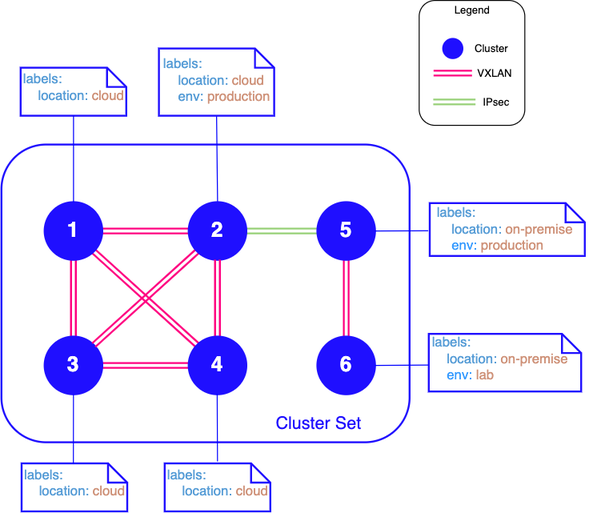
Earlier version of the draw.io export submariner/images/multiple_cables_ep.png (submariner-io/enhancements). Source tidied: cells renumbered, new cells last; positions are measured from the earlier drawing's top-left corner, leaving out a move shared by most shapes.
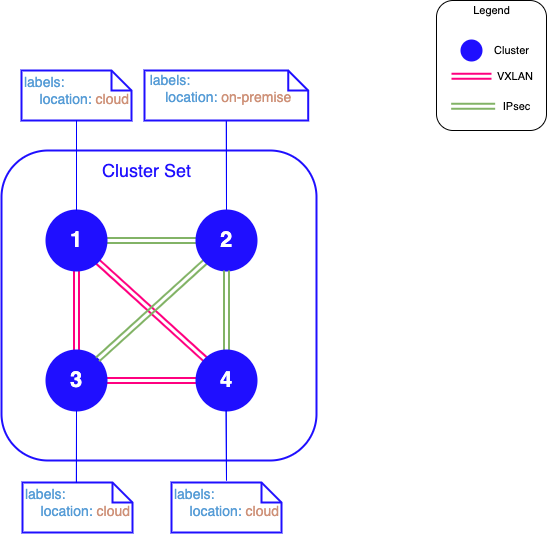
Above is the later version.

Commit message:
update EP with discussed proposal changes to date

The edit, as a diff of the source:
```diff
@@ -6,7 +6,7 @@
       <mxGeometry x="435" width="110" height="130" as="geometry" />
     </mxCell>
     <mxCell id="3" style="rounded=1;whiteSpace=wrap;html=1;fontColor=#1F0FFF;strokeColor=#1F0FFF;strokeWidth=2;fillColor=#FFFFFF;" parent="1" vertex="1">
-      <mxGeometry y="150" width="425" height="310" as="geometry" />
+      <mxGeometry y="150" width="315" height="310" as="geometry" />
     </mxCell>
     <mxCell id="4" style="edgeStyle=none;shape=link;rounded=0;jettySize=auto;html=1;exitX=0.5;exitY=1;exitDx=0;exitDy=0;entryX=0.5;entryY=0;entryDx=0;entryDy=0;fontColor=#1F0FFF;strokeColor=#FF0080;strokeWidth=2;" parent="1" edge="1" target="7">
       <mxGeometry relative="1" as="geometry">
@@ -24,45 +24,33 @@
     <mxCell id="7" value="3" style="ellipse;whiteSpace=wrap;html=1;fontColor=#FFFFFF;strokeColor=#1F0FFF;strokeWidth=2;fillColor=#1F0FFF;fontStyle=1;fontSize=22;" parent="1" vertex="1">
       <mxGeometry x="45" y="350" width="60" height="60" as="geometry" />
     </mxCell>
-    <mxCell id="8" style="edgeStyle=none;shape=link;rounded=0;jettySize=auto;html=1;exitX=0;exitY=0.5;exitDx=0;exitDy=0;fontColor=#1F0FFF;strokeColor=#FF0080;strokeWidth=2;" parent="1" edge="1" source="12">
+    <mxCell id="8" style="edgeStyle=none;shape=link;rounded=0;jettySize=auto;html=1;exitX=0;exitY=0.5;exitDx=0;exitDy=0;fontColor=#1F0FFF;strokeColor=#82b366;strokeWidth=2;fillColor=#d5e8d4;" parent="1" edge="1" source="12">
       <mxGeometry relative="1" as="geometry">
         <mxPoint x="105" y="240" as="targetPoint" />
       </mxGeometry>
     </mxCell>
-    <mxCell id="9" style="edgeStyle=none;shape=link;rounded=0;jettySize=auto;html=1;exitX=0;exitY=1;exitDx=0;exitDy=0;entryX=1;entryY=0;entryDx=0;entryDy=0;fontColor=#1F0FFF;strokeColor=#FF0080;strokeWidth=2;" parent="1" edge="1" source="12" target="7">
+    <mxCell id="9" style="edgeStyle=none;shape=link;rounded=0;jettySize=auto;html=1;exitX=0;exitY=1;exitDx=0;exitDy=0;entryX=1;entryY=0;entryDx=0;entryDy=0;fontColor=#1F0FFF;strokeColor=#82b366;strokeWidth=2;fillColor=#d5e8d4;" parent="1" edge="1" source="12" target="7">
       <mxGeometry relative="1" as="geometry" />
     </mxCell>
-    <mxCell id="10" style="edgeStyle=none;shape=link;rounded=0;jettySize=auto;html=1;exitX=1;exitY=0.5;exitDx=0;exitDy=0;fontFamily=Helvetica;fontSize=22;fontColor=#FFFFFF;strokeColor=#97D077;strokeWidth=2;" parent="1" edge="1" source="12" target="16">
-      <mxGeometry relative="1" as="geometry" />
-    </mxCell>
     <mxCell id="11" style="edgeStyle=none;shape=link;rounded=0;jettySize=auto;html=1;exitX=0.5;exitY=0;exitDx=0;exitDy=0;entryX=0.5;entryY=1;entryDx=0;entryDy=0;entryPerimeter=0;fontFamily=Helvetica;fontSize=22;fontColor=#3399FF;strokeColor=#0000FF;strokeWidth=1;width=0;" parent="1" edge="1" source="12" target="25">
       <mxGeometry relative="1" as="geometry" />
     </mxCell>
     <mxCell id="12" value="2" style="ellipse;whiteSpace=wrap;html=1;fontColor=#FFFFFF;strokeColor=#1F0FFF;strokeWidth=2;fillColor=#1F0FFF;fontSize=22;horizontal=1;verticalAlign=middle;fontStyle=1;" parent="1" vertex="1">
       <mxGeometry x="195" y="210" width="60" height="60" as="geometry" />
     </mxCell>
-    <mxCell id="13" style="edgeStyle=none;shape=link;rounded=0;jettySize=auto;html=1;exitX=0.5;exitY=0;exitDx=0;exitDy=0;entryX=0.5;entryY=1;entryDx=0;entryDy=0;fontColor=#1F0FFF;strokeColor=#FF0080;strokeWidth=2;" parent="1" edge="1" source="14" target="12">
+    <mxCell id="13" style="edgeStyle=none;shape=link;rounded=0;jettySize=auto;html=1;exitX=0.5;exitY=0;exitDx=0;exitDy=0;entryX=0.5;entryY=1;entryDx=0;entryDy=0;fontColor=#1F0FFF;strokeColor=#82b366;strokeWidth=2;fillColor=#d5e8d4;" parent="1" edge="1" source="14" target="12">
       <mxGeometry relative="1" as="geometry" />
     </mxCell>
     <mxCell id="14" value="4" style="ellipse;whiteSpace=wrap;html=1;fontColor=#FFFFFF;strokeColor=#1F0FFF;strokeWidth=2;fillColor=#1F0FFF;fontStyle=1;fontSize=22;" parent="1" vertex="1">
       <mxGeometry x="195" y="350" width="60" height="60" as="geometry" />
     </mxCell>
-    <mxCell id="15" style="edgeStyle=none;shape=link;rounded=0;jettySize=auto;html=1;exitX=0.5;exitY=1;exitDx=0;exitDy=0;entryX=0.5;entryY=0;entryDx=0;entryDy=0;fontColor=#1F0FFF;strokeColor=#FF0080;strokeWidth=2;" parent="1" edge="1" source="16" target="17">
-      <mxGeometry relative="1" as="geometry" />
-    </mxCell>
-    <mxCell id="16" value="5" style="ellipse;whiteSpace=wrap;html=1;fontColor=#FFFFFF;strokeColor=#1F0FFF;strokeWidth=2;fillColor=#1F0FFF;fontStyle=1;fontSize=22;" parent="1" vertex="1">
-      <mxGeometry x="329" y="210" width="60" height="60" as="geometry" />
-    </mxCell>
-    <mxCell id="17" value="6" style="ellipse;whiteSpace=wrap;html=1;fontColor=#FFFFFF;strokeColor=#1F0FFF;strokeWidth=2;fillColor=#1F0FFF;fontStyle=1;fontSize=22;" parent="1" vertex="1">
-      <mxGeometry x="329" y="350" width="60" height="60" as="geometry" />
-    </mxCell>
     <mxCell id="18" value="&lt;font style=&quot;font-size: 18px&quot;&gt;Cluster Set&lt;/font&gt;" style="text;html=1;align=center;verticalAlign=middle;fillColor=none;strokeColor=none;rounded=0;fontColor=#1F0FFF;" parent="1" vertex="1">
-      <mxGeometry x="280" y="430" width="100" height="20" as="geometry" />
+      <mxGeometry x="95" y="160" width="100" height="20" as="geometry" />
     </mxCell>
     <mxCell id="19" value="1" style="ellipse;whiteSpace=wrap;html=1;fontColor=#FFFFFF;strokeColor=#1F0FFF;strokeWidth=2;fillColor=#1F0FFF;fontSize=22;horizontal=1;verticalAlign=middle;fontStyle=1;" parent="1" vertex="1">
       <mxGeometry x="45" y="210" width="60" height="60" as="geometry" />
     </mxCell>
-    <mxCell id="20" style="edgeStyle=none;shape=link;rounded=0;orthogonalLoop=1;jettySize=auto;html=1;fontFamily=Helvetica;fontSize=22;fontColor=#FFFFFF;strokeColor=#97D077;strokeWidth=2;" parent="1" edge="1">
+    <mxCell id="20" style="edgeStyle=none;shape=link;rounded=0;orthogonalLoop=1;jettySize=auto;html=1;fontFamily=Helvetica;fontSize=22;fontColor=#FFFFFF;strokeColor=#82b366;strokeWidth=2;fillColor=#d5e8d4;" parent="1" edge="1">
       <mxGeometry relative="1" as="geometry">
         <mxPoint x="449.7" y="105.6" as="sourcePoint" />
         <mxPoint x="493.7" y="105.6" as="targetPoint" />
@@ -81,50 +69,14 @@
       <mxGeometry x="495" y="96" width="40" height="20" as="geometry" />
     </mxCell>
     <mxCell id="24" style="group;" parent="1" vertex="1">
-      <mxGeometry x="164" y="50" width="120" height="70" as="geometry" />
+      <mxGeometry x="143" y="70" width="191" height="50" as="geometry" />
     </mxCell>
     <mxCell id="25" style="shape=note;size=20;whiteSpace=wrap;html=1;fontFamily=Helvetica;fontSize=22;fontColor=#3399FF;strokeColor=#1F0FFF;strokeWidth=2;fillColor=#FFFFFF;" parent="24" vertex="1">
-      <mxGeometry width="120" height="70" as="geometry" />
+      <mxGeometry width="163.7" height="50" as="geometry" />
     </mxCell>
-    <mxCell id="26" value="&lt;div style=&quot;text-align: left&quot;&gt;&lt;span style=&quot;font-size: 14px ; text-align: center ; color: rgb(86 , 156 , 214)&quot;&gt;labels:&lt;br&gt;&lt;/span&gt;&lt;span style=&quot;font-size: 14px ; text-align: center ; color: rgb(86 , 156 , 214)&quot;&gt;&amp;nbsp; &amp;nbsp; location:&amp;nbsp;&lt;/span&gt;&lt;span style=&quot;font-size: 14px ; text-align: center&quot;&gt;&lt;font color=&quot;#ce9178&quot;&gt;cloud&lt;br&gt;&lt;/font&gt;&lt;/span&gt;&lt;span style=&quot;font-size: 14px ; text-align: center ; color: rgb(86 , 156 , 214)&quot;&gt;&amp;nbsp; &amp;nbsp; env: &lt;/span&gt;&lt;span style=&quot;font-size: 14px ; text-align: center&quot;&gt;&lt;font color=&quot;#ce9178&quot;&gt;production&lt;/font&gt;&lt;/span&gt;&lt;span style=&quot;font-size: 14px ; text-align: center ; color: rgb(86 , 156 , 214)&quot;&gt;&lt;br&gt;&lt;/span&gt;&lt;/div&gt;" style="text;html=1;align=center;verticalAlign=middle;fillColor=none;strokeColor=none;rounded=0;fontColor=#1F0FFF;" parent="24" vertex="1">
-      <mxGeometry x="-5" y="7.9" width="130" height="50" as="geometry" />
+    <mxCell id="26" value="&lt;div style=&quot;text-align: left&quot;&gt;&lt;span style=&quot;font-size: 14px ; text-align: center ; color: rgb(86 , 156 , 214)&quot;&gt;labels:&lt;br&gt;&lt;/span&gt;&lt;span style=&quot;font-size: 14px ; text-align: center ; color: rgb(86 , 156 , 214)&quot;&gt;&amp;nbsp; &amp;nbsp;&amp;nbsp;&lt;/span&gt;&lt;span style=&quot;font-size: 14px ; text-align: center ; color: rgb(86 , 156 , 214)&quot;&gt;location:&amp;nbsp;&lt;/span&gt;&lt;span style=&quot;font-size: 14px ; text-align: center ; color: rgb(206 , 145 , 120)&quot;&gt;on-premise&lt;/span&gt;&lt;span style=&quot;font-size: 14px ; text-align: center ; color: rgb(86 , 156 , 214)&quot;&gt;&lt;br&gt;&lt;/span&gt;&lt;/div&gt;&lt;div style=&quot;text-align: left&quot;&gt;&lt;span style=&quot;font-size: 14px ; color: rgb(206 , 145 , 120) ; text-align: center&quot;&gt;&amp;nbsp; &amp;nbsp;&amp;nbsp;&lt;/span&gt;&lt;/div&gt;" style="text;html=1;align=center;verticalAlign=middle;fillColor=none;strokeColor=none;rounded=0;fontColor=#1F0FFF;" parent="24" vertex="1">
+      <mxGeometry x="-4" y="2" width="160" height="50" as="geometry" />
     </mxCell>
-    <mxCell id="27" style="edgeStyle=none;shape=link;rounded=0;jettySize=auto;html=1;fontFamily=Helvetica;fontSize=22;fontColor=#3399FF;strokeColor=#0000FF;strokeWidth=1;width=0;entryX=0.005;entryY=0.537;entryDx=0;entryDy=0;entryPerimeter=0;" parent="1" edge="1" source="16" target="38">
-      <mxGeometry relative="1" as="geometry" />
-    </mxCell>
-    <mxCell id="28" style="group;" parent="1" vertex="1">
-      <mxGeometry x="445" y="348" width="170" height="60" as="geometry" />
-    </mxCell>
-    <mxCell id="29" value="&lt;div style=&quot;text-align: left&quot;&gt;&lt;br&gt;&lt;/div&gt;" style="text;html=1;align=center;verticalAlign=middle;fillColor=none;strokeColor=none;rounded=0;fontColor=#1F0FFF;" parent="28" vertex="1">
-      <mxGeometry x="51" y="12" width="20" height="20" as="geometry" />
-    </mxCell>
-    <mxCell id="30" style="group;" parent="28" vertex="1">
-      <mxGeometry x="-5.7" y="-0.9" width="164.3" height="60" as="geometry" />
-    </mxCell>
-    <mxCell id="31" style="shape=note;size=20;whiteSpace=wrap;html=1;fontFamily=Helvetica;fontSize=22;fontColor=#3399FF;strokeColor=#1F0FFF;strokeWidth=2;fillColor=#FFFFFF;" parent="30" vertex="1">
-      <mxGeometry x="5.7" width="158.7" height="60" as="geometry" />
-    </mxCell>
-    <mxCell id="32" value="&lt;div style=&quot;text-align: left&quot;&gt;&lt;span style=&quot;font-size: 14px ; text-align: center ; color: rgb(86 , 156 , 214)&quot;&gt;labels:&lt;br&gt;&amp;nbsp; &amp;nbsp; location:&amp;nbsp;&lt;/span&gt;&lt;span style=&quot;font-size: 14px ; text-align: center ; color: rgb(206 , 145 , 120)&quot;&gt;on-premise&lt;/span&gt;&lt;/div&gt;&lt;div style=&quot;text-align: left&quot;&gt;&lt;span style=&quot;font-size: 14px ; text-align: center ; color: rgb(206 , 145 , 120)&quot;&gt;&amp;nbsp; &amp;nbsp; &lt;/span&gt;&lt;span style=&quot;font-size: 14px ; text-align: center&quot;&gt;&lt;font color=&quot;#3399ff&quot;&gt;env:&lt;/font&gt;&lt;/span&gt;&lt;span style=&quot;font-size: 14px ; text-align: center ; color: rgb(206 , 145 , 120)&quot;&gt; lab&lt;/span&gt;&lt;/div&gt;" style="text;html=1;align=center;verticalAlign=middle;points=[];fillColor=none;strokeColor=none;rounded=0;fontColor=#1F0FFF;" parent="30" vertex="1">
-      <mxGeometry y="1.2" width="160" height="50" as="geometry" />
-    </mxCell>
-    <mxCell id="33" style="edgeStyle=none;shape=link;rounded=0;jettySize=auto;html=1;fontFamily=Helvetica;fontSize=22;fontColor=#3399FF;strokeColor=#0000FF;strokeWidth=1;width=0;exitX=1;exitY=0.5;exitDx=0;exitDy=0;entryX=0.033;entryY=0.625;entryDx=0;entryDy=0;entryPerimeter=0;" parent="1" edge="1" source="17" target="32">
-      <mxGeometry relative="1" as="geometry" />
-    </mxCell>
-    <mxCell id="34" style="group;" parent="1" vertex="1">
-      <mxGeometry x="443.7" y="211" width="175.3" height="55" as="geometry" />
-    </mxCell>
-    <mxCell id="35" style="group;" parent="34" vertex="1">
-      <mxGeometry x="2.3" width="173" height="55" as="geometry" />
-    </mxCell>
-    <mxCell id="36" style="shape=note;size=20;whiteSpace=wrap;html=1;fontFamily=Helvetica;fontSize=22;fontColor=#3399FF;strokeColor=#1F0FFF;strokeWidth=2;fillColor=#FFFFFF;" parent="35" vertex="1">
-      <mxGeometry width="161.5" height="55" as="geometry" />
-    </mxCell>
-    <mxCell id="37" value="&lt;div style=&quot;text-align: left&quot;&gt;&lt;br&gt;&lt;/div&gt;" style="text;html=1;align=center;verticalAlign=middle;fillColor=none;strokeColor=none;rounded=0;fontColor=#1F0FFF;" parent="35" vertex="1">
-      <mxGeometry x="51.9" y="11" width="20" height="20" as="geometry" />
-    </mxCell>
-    <mxCell id="38" value="&lt;div style=&quot;text-align: left&quot;&gt;&lt;span style=&quot;font-size: 14px ; text-align: center ; color: rgb(86 , 156 , 214)&quot;&gt;labels:&lt;br&gt;&amp;nbsp; &amp;nbsp; location:&amp;nbsp;&lt;/span&gt;&lt;span style=&quot;font-size: 14px ; text-align: center ; color: rgb(206 , 145 , 120)&quot;&gt;on-premise&lt;/span&gt;&lt;/div&gt;&lt;div style=&quot;text-align: left&quot;&gt;&lt;span style=&quot;font-size: 14px ; color: rgb(206 , 145 , 120) ; text-align: center&quot;&gt;&amp;nbsp; &amp;nbsp; &lt;/span&gt;&lt;span style=&quot;font-size: 14px ; text-align: center&quot;&gt;&lt;font color=&quot;#3399ff&quot;&gt;env:&lt;/font&gt;&lt;/span&gt;&lt;span style=&quot;font-size: 14px ; color: rgb(206 , 145 , 120) ; text-align: center&quot;&gt; production&lt;/span&gt;&lt;/div&gt;" style="text;html=1;align=center;verticalAlign=middle;points=[];fillColor=none;strokeColor=none;rounded=0;fontColor=#1F0FFF;" parent="34" vertex="1">
-      <mxGeometry y="2" width="160" height="50" as="geometry" />
-    </mxCell>
     <mxCell id="39" style="group;" parent="1" vertex="1">
       <mxGeometry x="20" y="70" width="115" height="50" as="geometry" />
     </mxCell>
```
